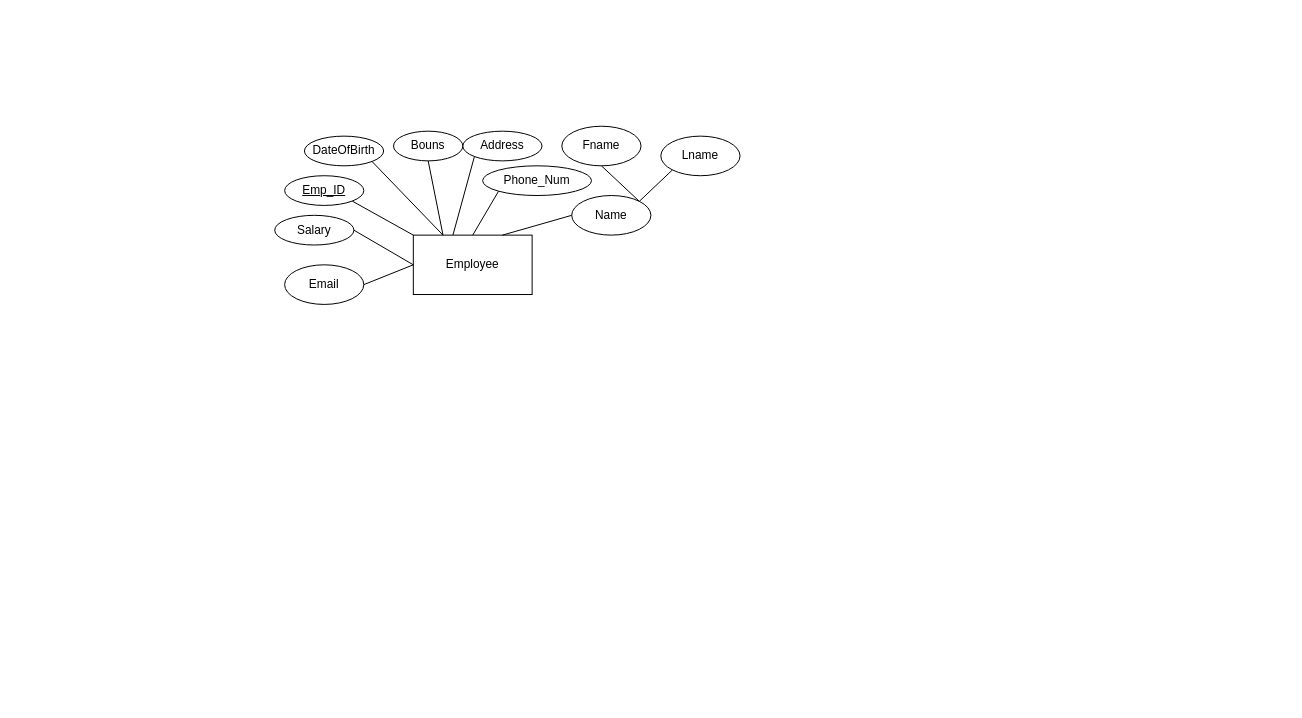
Above: Untitled Diagram.drawio in kiro314159265359/test0 (draw.io), before the change. Source tidied: cells renumbered, new cells numbered last; positions are measured from the earlier drawing's top-left corner, leaving out a move shared by most shapes. Both pictures are drawn from the tidied source at 99%, with x=0, y=0 at pixel (274, 126).
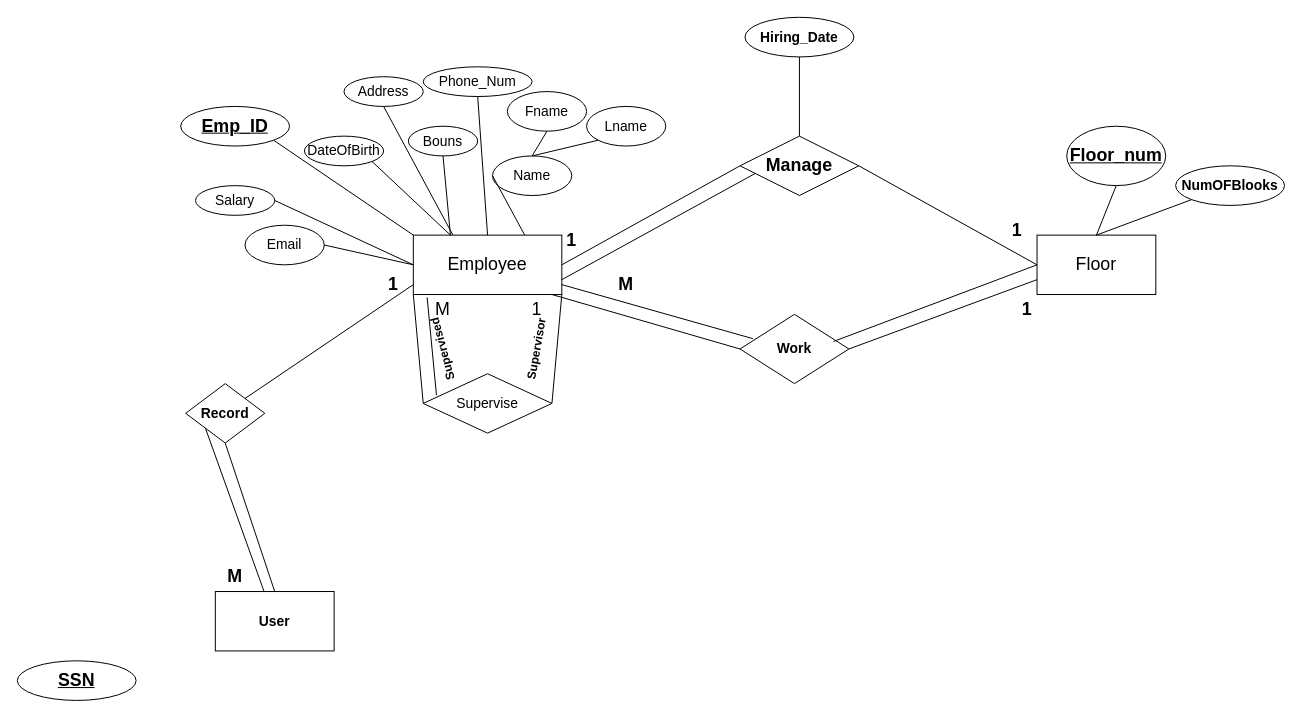
The same page after the edit.

Diff of the diagram source:
```diff
@@
-    <mxCell id="2" value="Employee" style="rounded=0;whiteSpace=wrap;html=1;" parent="1" vertex="1">
-      <mxGeometry x="140" y="110" width="120" height="60" as="geometry" />
+    <mxCell id="2" value="&lt;font style=&quot;font-size: 18px;&quot;&gt;Employee&lt;/font&gt;" style="rounded=0;whiteSpace=wrap;html=1;" parent="1" vertex="1">
+      <mxGeometry x="140" y="110" width="150" height="60" as="geometry" />
     </mxCell>
-    <mxCell id="3" value="&lt;u&gt;Emp_ID&lt;/u&gt;" style="ellipse;whiteSpace=wrap;html=1;" parent="1" vertex="1">
-      <mxGeometry x="10" y="50" width="80" height="30" as="geometry" />
+    <mxCell id="3" value="&lt;u&gt;&lt;b&gt;&lt;font style=&quot;font-size: 18px;&quot;&gt;Emp_ID&lt;/font&gt;&lt;/b&gt;&lt;/u&gt;" style="ellipse;whiteSpace=wrap;html=1;" parent="1" vertex="1">
+      <mxGeometry x="-95" y="-20" width="110" height="40" as="geometry" />
     </mxCell>
@@
-    <mxCell id="5" value="Fname" style="ellipse;whiteSpace=wrap;html=1;" parent="1" vertex="1">
-      <mxGeometry x="290" width="80" height="40" as="geometry" />
+    <mxCell id="5" value="&lt;font style=&quot;font-size: 14px;&quot;&gt;Fname&lt;/font&gt;" style="ellipse;whiteSpace=wrap;html=1;" parent="1" vertex="1">
+      <mxGeometry x="235" y="-35" width="80" height="40" as="geometry" />
     </mxCell>
-    <mxCell id="6" value="Name" style="ellipse;whiteSpace=wrap;html=1;" parent="1" vertex="1">
-      <mxGeometry x="300" y="70" width="80" height="40" as="geometry" />
+    <mxCell id="6" value="&lt;font style=&quot;font-size: 14px;&quot;&gt;Name&lt;/font&gt;" style="ellipse;whiteSpace=wrap;html=1;" parent="1" vertex="1">
+      <mxGeometry x="220" y="30" width="80" height="40" as="geometry" />
     </mxCell>
-    <mxCell id="7" value="Email" style="ellipse;whiteSpace=wrap;html=1;" parent="1" vertex="1">
-      <mxGeometry x="10" y="140" width="80" height="40" as="geometry" />
+    <mxCell id="7" value="&lt;font style=&quot;font-size: 14px;&quot;&gt;Email&lt;/font&gt;" style="ellipse;whiteSpace=wrap;html=1;" parent="1" vertex="1">
+      <mxGeometry x="-30" y="100" width="80" height="40" as="geometry" />
     </mxCell>
-    <mxCell id="8" value="Salary" style="ellipse;whiteSpace=wrap;html=1;" parent="1" vertex="1">
-      <mxGeometry y="90" width="80" height="30" as="geometry" />
+    <mxCell id="8" value="&lt;font style=&quot;font-size: 14px;&quot;&gt;Salary&lt;/font&gt;" style="ellipse;whiteSpace=wrap;html=1;" parent="1" vertex="1">
+      <mxGeometry x="-80" y="60" width="80" height="30" as="geometry" />
     </mxCell>
-    <mxCell id="9" value="Lname" style="ellipse;whiteSpace=wrap;html=1;" parent="1" vertex="1">
-      <mxGeometry x="390" y="10" width="80" height="40" as="geometry" />
+    <mxCell id="9" value="&lt;font style=&quot;font-size: 14px;&quot;&gt;Lname&lt;/font&gt;" style="ellipse;whiteSpace=wrap;html=1;" parent="1" vertex="1">
+      <mxGeometry x="315" y="-20" width="80" height="40" as="geometry" />
     </mxCell>
-    <mxCell id="10" style="endArrow=none;html=1;rounded=0;entryX=1;entryY=0;entryDx=0;entryDy=0;exitX=0.5;exitY=1;exitDx=0;exitDy=0;" parent="1" edge="1" source="5" target="6">
+    <mxCell id="10" style="endArrow=none;html=1;rounded=0;entryX=0.5;entryY=0;entryDx=0;entryDy=0;exitX=0.5;exitY=1;exitDx=0;exitDy=0;" parent="1" edge="1" source="5" target="6">
       <mxGeometry relative="1" as="geometry" />
     </mxCell>
-    <mxCell id="11" style="endArrow=none;html=1;rounded=0;entryX=1;entryY=0;entryDx=0;entryDy=0;exitX=0;exitY=1;exitDx=0;exitDy=0;" parent="1" edge="1" source="9" target="6">
+    <mxCell id="11" style="endArrow=none;html=1;rounded=0;entryX=0.5;entryY=0;entryDx=0;entryDy=0;exitX=0;exitY=1;exitDx=0;exitDy=0;" parent="1" edge="1" source="9" target="6">
       <mxGeometry relative="1" as="geometry" />
     </mxCell>
@@
-    <mxCell id="15" value="DateOfBirth" style="ellipse;whiteSpace=wrap;html=1;" parent="1" vertex="1">
+    <mxCell id="15" value="&lt;font style=&quot;font-size: 14px;&quot;&gt;DateOfBirth&lt;/font&gt;" style="ellipse;whiteSpace=wrap;html=1;" parent="1" vertex="1">
       <mxGeometry x="30" y="10" width="80" height="30" as="geometry" />
     </mxCell>
-    <mxCell id="16" value="Bouns" style="ellipse;whiteSpace=wrap;html=1;" parent="1" vertex="1">
-      <mxGeometry x="120" y="5" width="70" height="30" as="geometry" />
+    <mxCell id="16" value="&lt;font style=&quot;font-size: 14px;&quot;&gt;Bouns&lt;/font&gt;" style="ellipse;whiteSpace=wrap;html=1;" parent="1" vertex="1">
+      <mxGeometry x="135" width="70" height="30" as="geometry" />
     </mxCell>
-    <mxCell id="17" value="Address" style="ellipse;whiteSpace=wrap;html=1;" parent="1" vertex="1">
-      <mxGeometry x="190" y="5" width="80" height="30" as="geometry" />
+    <mxCell id="17" value="&lt;font style=&quot;font-size: 14px;&quot;&gt;Address&lt;/font&gt;" style="ellipse;whiteSpace=wrap;html=1;" parent="1" vertex="1">
+      <mxGeometry x="70" y="-50" width="80" height="30" as="geometry" />
     </mxCell>
-    <mxCell id="18" value="Phone_Num" style="ellipse;whiteSpace=wrap;html=1;" parent="1" vertex="1">
-      <mxGeometry x="210" y="40" width="110" height="30" as="geometry" />
+    <mxCell id="18" value="&lt;font style=&quot;font-size: 14px;&quot;&gt;Phone_Num&lt;/font&gt;" style="ellipse;whiteSpace=wrap;html=1;" parent="1" vertex="1">
+      <mxGeometry x="150" y="-60" width="110" height="30" as="geometry" />
     </mxCell>
@@
-    <mxCell id="21" style="endArrow=none;html=1;rounded=0;entryX=0;entryY=1;entryDx=0;entryDy=0;" parent="1" edge="1" target="17">
+    <mxCell id="21" style="endArrow=none;html=1;rounded=0;entryX=0.5;entryY=1;entryDx=0;entryDy=0;" parent="1" edge="1" target="17">
       <mxGeometry relative="1" as="geometry">
         <mxPoint x="180" y="110" as="sourcePoint" />
       </mxGeometry>
     </mxCell>
-    <mxCell id="22" style="endArrow=none;html=1;rounded=0;entryX=0;entryY=1;entryDx=0;entryDy=0;exitX=0.5;exitY=0;exitDx=0;exitDy=0;" parent="1" edge="1" source="2" target="18">
+    <mxCell id="22" style="endArrow=none;html=1;rounded=0;entryX=0.5;entryY=1;entryDx=0;entryDy=0;exitX=0.5;exitY=0;exitDx=0;exitDy=0;" parent="1" edge="1" source="2" target="18">
       <mxGeometry relative="1" as="geometry" />
     </mxCell>
+    <mxCell id="23" value="&lt;font style=&quot;font-size: 18px;&quot;&gt;Floor&lt;/font&gt;" style="rounded=0;whiteSpace=wrap;html=1;" parent="1" vertex="1">
+      <mxGeometry x="770" y="110" width="120" height="60" as="geometry" />
+    </mxCell>
+    <mxCell id="24" value="&lt;font style=&quot;font-size: 14px;&quot;&gt;Supervise&lt;/font&gt;" style="rhombus;whiteSpace=wrap;html=1;" parent="1" vertex="1">
+      <mxGeometry x="150" y="250" width="130" height="60" as="geometry" />
+    </mxCell>
+    <mxCell id="25" style="endArrow=none;html=1;rounded=0;exitX=0;exitY=1;exitDx=0;exitDy=0;entryX=0;entryY=0.5;entryDx=0;entryDy=0;" parent="1" edge="1" source="2" target="24">
+      <mxGeometry relative="1" as="geometry" />
+    </mxCell>
+    <mxCell id="26" style="endArrow=none;html=1;rounded=0;entryX=1;entryY=1;entryDx=0;entryDy=0;exitX=1;exitY=0.5;exitDx=0;exitDy=0;" parent="1" edge="1" source="24" target="2">
+      <mxGeometry relative="1" as="geometry" />
+    </mxCell>
+    <mxCell id="27" value="&lt;b&gt;Supervisor&lt;/b&gt;" style="text;html=1;align=center;verticalAlign=middle;whiteSpace=wrap;rounded=0;rotation=-80;" parent="1" vertex="1">
+      <mxGeometry x="235" y="210" width="60" height="30" as="geometry" />
+    </mxCell>
+    <mxCell id="28" value="&lt;font style=&quot;font-size: 18px;&quot;&gt;1&lt;/font&gt;" style="text;html=1;align=center;verticalAlign=middle;whiteSpace=wrap;rounded=0;" parent="1" vertex="1">
+      <mxGeometry x="235" y="170" width="60" height="30" as="geometry" />
+    </mxCell>
+    <mxCell id="29" value="&lt;font style=&quot;font-size: 18px;&quot;&gt;M&lt;/font&gt;" style="text;html=1;align=center;verticalAlign=middle;whiteSpace=wrap;rounded=0;" parent="1" vertex="1">
+      <mxGeometry x="140" y="170" width="60" height="30" as="geometry" />
+    </mxCell>
+    <mxCell id="30" value="&lt;b&gt;Supervised&lt;/b&gt;" style="text;html=1;align=center;verticalAlign=middle;whiteSpace=wrap;rounded=0;rotation=-105;" parent="1" vertex="1">
+      <mxGeometry x="140" y="210" width="60" height="30" as="geometry" />
+    </mxCell>
+    <mxCell id="31" style="endArrow=none;html=1;rounded=0;entryX=0.093;entryY=1.047;entryDx=0;entryDy=0;exitX=0.103;exitY=0.361;exitDx=0;exitDy=0;exitPerimeter=0;entryPerimeter=0;" parent="1" edge="1" source="24" target="2">
+      <mxGeometry relative="1" as="geometry" />
+    </mxCell>
+    <mxCell id="32" value="&lt;b&gt;&lt;font style=&quot;font-size: 18px;&quot;&gt;Manage&lt;/font&gt;&lt;/b&gt;" style="rhombus;whiteSpace=wrap;html=1;" parent="1" vertex="1">
+      <mxGeometry x="470" y="10" width="120" height="60" as="geometry" />
+    </mxCell>
+    <mxCell id="33" value="&lt;font style=&quot;font-size: 18px;&quot;&gt;&lt;b style=&quot;&quot;&gt;&lt;u style=&quot;&quot;&gt;Floor_num&lt;/u&gt;&lt;/b&gt;&lt;/font&gt;" style="ellipse;whiteSpace=wrap;html=1;" parent="1" vertex="1">
+      <mxGeometry x="800" width="100" height="60" as="geometry" />
+    </mxCell>
+    <mxCell id="34" value="&lt;font style=&quot;font-size: 14px;&quot;&gt;&lt;b&gt;NumOFBlooks&lt;/b&gt;&lt;/font&gt;" style="ellipse;whiteSpace=wrap;html=1;" parent="1" vertex="1">
+      <mxGeometry x="910" y="40" width="110" height="40" as="geometry" />
+    </mxCell>
+    <mxCell id="35" style="endArrow=none;html=1;rounded=0;entryX=0.5;entryY=1;entryDx=0;entryDy=0;exitX=0.5;exitY=0;exitDx=0;exitDy=0;" parent="1" edge="1" source="23" target="33">
+      <mxGeometry relative="1" as="geometry" />
+    </mxCell>
+    <mxCell id="36" style="endArrow=none;html=1;rounded=0;entryX=0;entryY=1;entryDx=0;entryDy=0;" parent="1" edge="1" target="34">
+      <mxGeometry relative="1" as="geometry">
+        <mxPoint x="830" y="110" as="sourcePoint" />
+      </mxGeometry>
+    </mxCell>
+    <mxCell id="37" style="endArrow=none;html=1;rounded=0;exitX=1;exitY=0.5;exitDx=0;exitDy=0;entryX=0;entryY=0.5;entryDx=0;entryDy=0;" parent="1" edge="1" source="2" target="32">
+      <mxGeometry relative="1" as="geometry" />
+    </mxCell>
+    <mxCell id="38" style="endArrow=none;html=1;rounded=0;entryX=1;entryY=0.5;entryDx=0;entryDy=0;exitX=0;exitY=0.5;exitDx=0;exitDy=0;" parent="1" edge="1" source="23" target="32">
+      <mxGeometry relative="1" as="geometry" />
+    </mxCell>
+    <mxCell id="39" style="endArrow=none;html=1;rounded=0;exitX=1;exitY=0.75;exitDx=0;exitDy=0;entryX=0.132;entryY=0.624;entryDx=0;entryDy=0;entryPerimeter=0;" parent="1" edge="1" source="2" target="32">
+      <mxGeometry relative="1" as="geometry" />
+    </mxCell>
+    <mxCell id="40" value="&lt;font style=&quot;font-size: 18px;&quot;&gt;&lt;b&gt;1&lt;/b&gt;&lt;/font&gt;" style="text;html=1;align=center;verticalAlign=middle;whiteSpace=wrap;rounded=0;" parent="1" vertex="1">
+      <mxGeometry x="720" y="90" width="60" height="30" as="geometry" />
+    </mxCell>
+    <mxCell id="41" value="&lt;font style=&quot;font-size: 14px;&quot;&gt;&lt;b&gt;Hiring_Date&lt;/b&gt;&lt;/font&gt;" style="ellipse;whiteSpace=wrap;html=1;" parent="1" vertex="1">
+      <mxGeometry x="475" y="-110" width="110" height="40" as="geometry" />
+    </mxCell>
+    <mxCell id="42" style="endArrow=none;html=1;rounded=0;entryX=0.5;entryY=1;entryDx=0;entryDy=0;exitX=0.5;exitY=0;exitDx=0;exitDy=0;" parent="1" edge="1" source="32" target="41">
+      <mxGeometry relative="1" as="geometry" />
+    </mxCell>
+    <mxCell id="43" value="&lt;font style=&quot;font-size: 14px;&quot;&gt;&lt;b&gt;Work&lt;/b&gt;&lt;/font&gt;" style="rhombus;whiteSpace=wrap;html=1;" parent="1" vertex="1">
+      <mxGeometry x="470" y="190" width="110" height="70" as="geometry" />
+    </mxCell>
+    <mxCell id="44" style="endArrow=none;html=1;rounded=0;entryX=0.118;entryY=0.351;entryDx=0;entryDy=0;entryPerimeter=0;" parent="1" edge="1" target="43">
+      <mxGeometry relative="1" as="geometry">
+        <mxPoint x="290" y="160" as="sourcePoint" />
+      </mxGeometry>
+    </mxCell>
+    <mxCell id="45" style="endArrow=none;html=1;rounded=0;entryX=0.858;entryY=0.392;entryDx=0;entryDy=0;exitX=0;exitY=0.5;exitDx=0;exitDy=0;entryPerimeter=0;" parent="1" edge="1" source="23" target="43">
+      <mxGeometry relative="1" as="geometry" />
+    </mxCell>
+    <mxCell id="46" value="&lt;b&gt;&lt;font style=&quot;font-size: 18px;&quot;&gt;1&lt;/font&gt;&lt;/b&gt;" style="text;html=1;align=center;verticalAlign=middle;whiteSpace=wrap;rounded=0;" parent="1" vertex="1">
+      <mxGeometry x="270" y="100" width="60" height="30" as="geometry" />
+    </mxCell>
+    <mxCell id="47" value="&lt;font style=&quot;font-size: 18px;&quot;&gt;&lt;b&gt;M&lt;/b&gt;&lt;/font&gt;" style="text;html=1;align=center;verticalAlign=middle;whiteSpace=wrap;rounded=0;" parent="1" vertex="1">
+      <mxGeometry x="325" y="145" width="60" height="30" as="geometry" />
+    </mxCell>
+    <mxCell id="48" style="endArrow=none;html=1;rounded=0;exitX=0.75;exitY=0;exitDx=0;exitDy=0;entryX=0;entryY=0.5;entryDx=0;entryDy=0;" parent="1" edge="1" source="28" target="43">
+      <mxGeometry relative="1" as="geometry" />
+    </mxCell>
+    <mxCell id="49" style="endArrow=none;html=1;rounded=0;entryX=0;entryY=0.75;entryDx=0;entryDy=0;exitX=1;exitY=0.5;exitDx=0;exitDy=0;" parent="1" edge="1" source="43" target="23">
+      <mxGeometry relative="1" as="geometry" />
+    </mxCell>
+    <mxCell id="50" value="&lt;font style=&quot;font-size: 18px;&quot;&gt;&lt;b&gt;1&lt;/b&gt;&lt;/font&gt;" style="text;html=1;align=center;verticalAlign=middle;whiteSpace=wrap;rounded=0;" parent="1" vertex="1">
+      <mxGeometry x="730" y="170" width="60" height="30" as="geometry" />
+    </mxCell>
+    <mxCell id="51" value="&lt;font style=&quot;font-size: 14px;&quot;&gt;&lt;b&gt;User&lt;/b&gt;&lt;/font&gt;" style="rounded=0;whiteSpace=wrap;html=1;" parent="1" vertex="1">
+      <mxGeometry x="-60" y="470" width="120" height="60" as="geometry" />
+    </mxCell>
+    <mxCell id="52" value="&lt;font style=&quot;font-size: 14px;&quot;&gt;&lt;b&gt;Record&lt;/b&gt;&lt;/font&gt;" style="rhombus;whiteSpace=wrap;html=1;" parent="1" vertex="1">
+      <mxGeometry x="-90" y="260" width="80" height="60" as="geometry" />
+    </mxCell>
+    <mxCell id="53" style="endArrow=none;html=1;rounded=0;exitX=1;exitY=0;exitDx=0;exitDy=0;" parent="1" edge="1" source="52">
+      <mxGeometry relative="1" as="geometry">
+        <mxPoint x="140" y="160" as="targetPoint" />
+      </mxGeometry>
+    </mxCell>
+    <mxCell id="54" style="endArrow=none;html=1;rounded=0;exitX=0.5;exitY=0;exitDx=0;exitDy=0;entryX=0.5;entryY=1;entryDx=0;entryDy=0;" parent="1" edge="1" source="51" target="52">
+      <mxGeometry relative="1" as="geometry" />
+    </mxCell>
+    <mxCell id="55" style="endArrow=none;html=1;rounded=0;entryX=0;entryY=1;entryDx=0;entryDy=0;" parent="1" edge="1" source="51" target="52">
+      <mxGeometry relative="1" as="geometry" />
+    </mxCell>
+    <mxCell id="56" value="&lt;font style=&quot;font-size: 18px;&quot;&gt;&lt;b&gt;1&lt;/b&gt;&lt;/font&gt;" style="text;html=1;align=center;verticalAlign=middle;whiteSpace=wrap;rounded=0;" parent="1" vertex="1">
+      <mxGeometry x="90" y="145" width="60" height="30" as="geometry" />
+    </mxCell>
+    <mxCell id="57" value="&lt;font style=&quot;font-size: 18px;&quot;&gt;&lt;b style=&quot;&quot;&gt;M&lt;/b&gt;&lt;/font&gt;" style="text;html=1;align=center;verticalAlign=middle;whiteSpace=wrap;rounded=0;" parent="1" vertex="1">
+      <mxGeometry x="-70" y="440" width="60" height="30" as="geometry" />
+    </mxCell>
+    <mxCell id="58" value="&lt;b&gt;&lt;font style=&quot;font-size: 18px;&quot;&gt;&lt;u&gt;SSN&lt;/u&gt;&lt;/font&gt;&lt;/b&gt;" style="ellipse;whiteSpace=wrap;html=1;" parent="1" vertex="1">
+      <mxGeometry x="-260" y="540" width="120" height="40" as="geometry" />
+    </mxCell>
```
